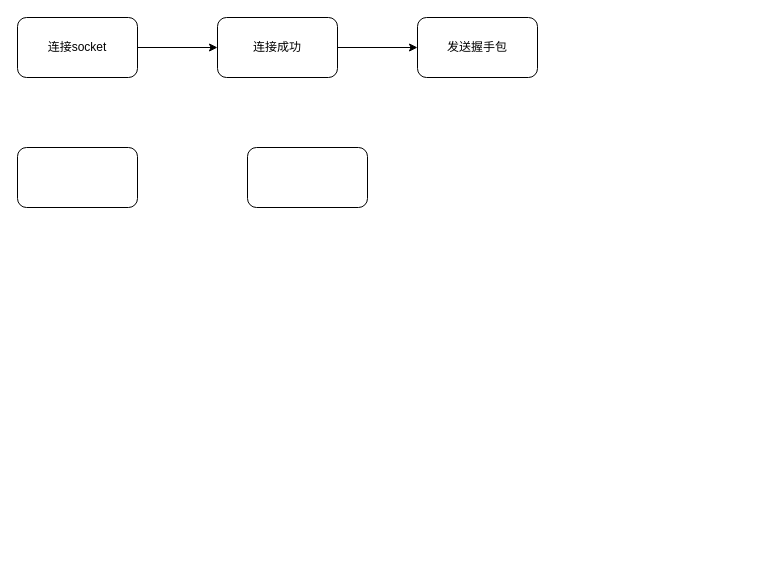
AILHC/EasyGameFrameworkOpen keeps this draw.io diagram as designs/NetDesign.drawio. Above is the earlier version. Source tidied: cells renumbered, new cells numbered last; positions are measured from the earlier drawing's top-left corner, leaving out a move shared by most shapes. Both pictures are drawn from the tidied source at 100%, with x=0, y=0 at pixel (17, 17).
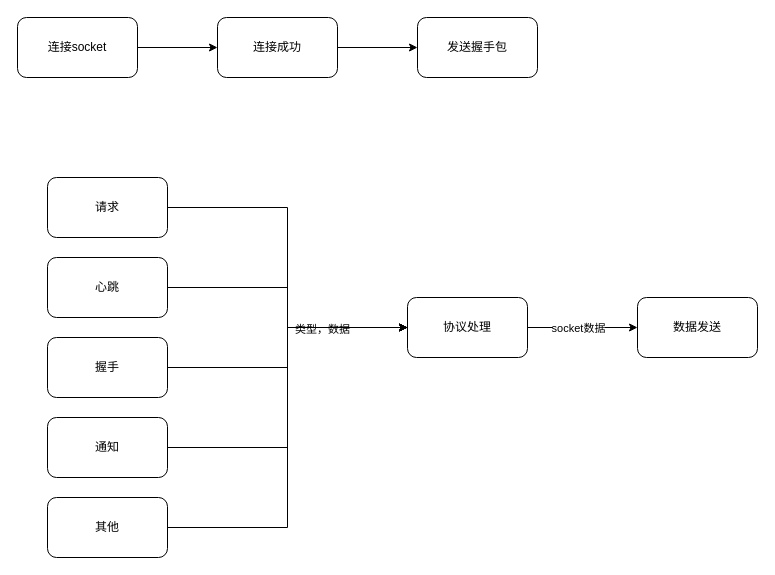
Above is the later version.

Commit message:
1. 修改网络层设计

What changed in the source:
```diff
@@
+    <mxCell id="9" style="edgeStyle=orthogonalEdgeStyle;rounded=0;jettySize=auto;html=1;" parent="1" edge="1" source="7" target="21">
+      <mxGeometry relative="1" as="geometry" />
+    </mxCell>
+    <mxCell id="10" value="socket数据" style="edgeLabel;html=1;align=center;verticalAlign=middle;" parent="9" vertex="1">
+      <mxGeometry x="-0.25" y="1" relative="1" as="geometry">
+        <mxPoint x="9" y="1" as="offset" />
+      </mxGeometry>
+    </mxCell>
-    <mxCell id="7" style="rounded=1;whiteSpace=wrap;html=1;" parent="1" vertex="1">
-      <mxGeometry y="130" width="120" height="60" as="geometry" />
+    <mxCell id="7" value="协议处理" style="rounded=1;whiteSpace=wrap;html=1;" parent="1" vertex="1">
+      <mxGeometry x="390" y="280" width="120" height="60" as="geometry" />
     </mxCell>
+    <mxCell id="11" style="edgeStyle=orthogonalEdgeStyle;rounded=0;jettySize=auto;html=1;entryX=0;entryY=0.5;entryDx=0;entryDy=0;" parent="1" edge="1" source="8" target="7">
+      <mxGeometry relative="1" as="geometry" />
+    </mxCell>
-    <mxCell id="8" style="rounded=1;whiteSpace=wrap;html=1;" parent="1" vertex="1">
-      <mxGeometry x="230" y="130" width="120" height="60" as="geometry" />
+    <mxCell id="8" value="请求" style="rounded=1;whiteSpace=wrap;html=1;" parent="1" vertex="1">
+      <mxGeometry x="30" y="160" width="120" height="60" as="geometry" />
     </mxCell>
+    <mxCell id="12" style="edgeStyle=orthogonalEdgeStyle;rounded=0;jettySize=auto;html=1;" parent="1" edge="1" source="13" target="7">
+      <mxGeometry relative="1" as="geometry" />
+    </mxCell>
+    <mxCell id="13" value="心跳" style="rounded=1;whiteSpace=wrap;html=1;" parent="1" vertex="1">
+      <mxGeometry x="30" y="240" width="120" height="60" as="geometry" />
+    </mxCell>
+    <mxCell id="14" style="edgeStyle=orthogonalEdgeStyle;rounded=0;jettySize=auto;html=1;entryX=0;entryY=0.5;entryDx=0;entryDy=0;" parent="1" edge="1" source="15" target="7">
+      <mxGeometry relative="1" as="geometry" />
+    </mxCell>
+    <mxCell id="15" value="握手" style="rounded=1;whiteSpace=wrap;html=1;" parent="1" vertex="1">
+      <mxGeometry x="30" y="320" width="120" height="60" as="geometry" />
+    </mxCell>
+    <mxCell id="16" style="edgeStyle=orthogonalEdgeStyle;rounded=0;jettySize=auto;html=1;entryX=0;entryY=0.5;entryDx=0;entryDy=0;" parent="1" edge="1" source="18" target="7">
+      <mxGeometry relative="1" as="geometry" />
+    </mxCell>
+    <mxCell id="17" value="类型，数据" style="edgeLabel;html=1;align=center;verticalAlign=middle;" parent="16" vertex="1">
+      <mxGeometry x="0.52" y="-1" relative="1" as="geometry" />
+    </mxCell>
+    <mxCell id="18" value="通知" style="rounded=1;whiteSpace=wrap;html=1;" parent="1" vertex="1">
+      <mxGeometry x="30" y="400" width="120" height="60" as="geometry" />
+    </mxCell>
+    <mxCell id="19" style="edgeStyle=orthogonalEdgeStyle;rounded=0;jettySize=auto;html=1;entryX=0;entryY=0.5;entryDx=0;entryDy=0;" parent="1" edge="1" source="20" target="7">
+      <mxGeometry relative="1" as="geometry" />
+    </mxCell>
+    <mxCell id="20" value="其他" style="rounded=1;whiteSpace=wrap;html=1;" parent="1" vertex="1">
+      <mxGeometry x="30" y="480" width="120" height="60" as="geometry" />
+    </mxCell>
+    <mxCell id="21" value="数据发送" style="whiteSpace=wrap;html=1;rounded=1;" parent="1" vertex="1">
+      <mxGeometry x="620" y="280" width="120" height="60" as="geometry" />
+    </mxCell>
```
